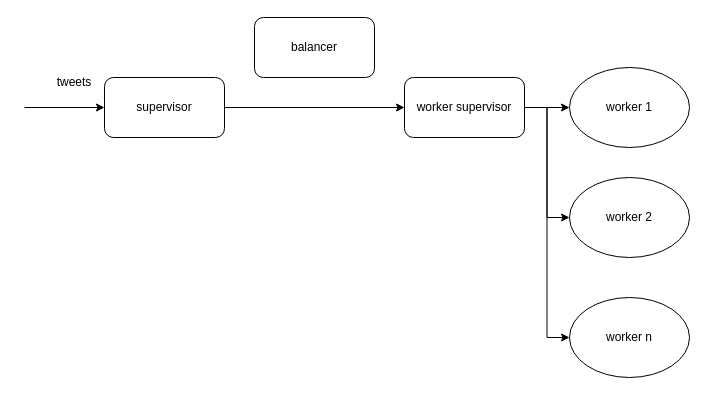
The draw.io diagram page "worker flow" (3 of 3) of Untitled Diagram.drawio in sandufurdui/Learn-Scala, before the edit. Source tidied: cells renumbered, new cells numbered last; positions are measured from the earlier drawing's top-left corner, leaving out a move shared by most shapes. Both pictures are drawn from the tidied source at 100%, with x=0, y=0 at pixel (24, 17).
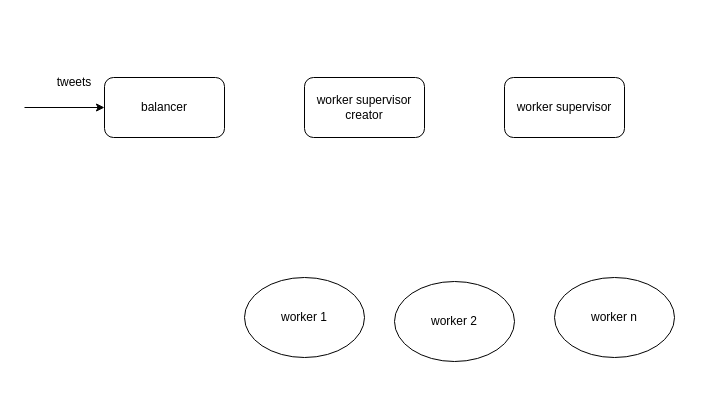
The same diagram, later.

What changed in the source:
```diff
@@
 <mxGraphModel>
   <root>
     <mxCell id="0" />
     <mxCell id="1" parent="0" />
-    <mxCell id="2" value="supervisor" style="rounded=1;whiteSpace=wrap;html=1;" parent="1" vertex="1">
-      <mxGeometry x="80" y="60" width="120" height="60" as="geometry" />
-    </mxCell>
-    <mxCell id="3" style="edgeStyle=orthogonalEdgeStyle;rounded=0;jettySize=auto;html=1;exitX=1;exitY=0.5;exitDx=0;exitDy=0;entryX=0;entryY=0.5;entryDx=0;entryDy=0;" parent="1" edge="1" source="2" target="12">
-      <mxGeometry relative="1" as="geometry" />
-    </mxCell>
-    <mxCell id="4" style="endArrow=classic;html=1;rounded=0;entryX=0;entryY=0.5;entryDx=0;entryDy=0;" parent="1" edge="1" target="2">
+    <mxCell id="4" style="endArrow=classic;html=1;rounded=0;entryX=0;entryY=0.5;entryDx=0;entryDy=0;" parent="1" edge="1">
       <mxGeometry relative="1" as="geometry">
         <mxPoint y="90" as="sourcePoint" />
+        <mxPoint x="80" y="90" as="targetPoint" />
       </mxGeometry>
     </mxCell>
     <mxCell id="5" value="tweets" style="text;html=1;strokeColor=none;fillColor=none;align=center;verticalAlign=middle;whiteSpace=wrap;rounded=0;" parent="1" vertex="1">
       <mxGeometry x="20" y="50" width="60" height="30" as="geometry" />
     </mxCell>
     <mxCell id="6" value="worker 1" style="ellipse;whiteSpace=wrap;html=1;" parent="1" vertex="1">
-      <mxGeometry x="545" y="50" width="120" height="80" as="geometry" />
+      <mxGeometry x="220" y="260" width="120" height="80" as="geometry" />
     </mxCell>
     <mxCell id="7" value="worker 2" style="ellipse;whiteSpace=wrap;html=1;" parent="1" vertex="1">
-      <mxGeometry x="545" y="160" width="120" height="80" as="geometry" />
+      <mxGeometry x="370" y="264" width="120" height="80" as="geometry" />
     </mxCell>
     <mxCell id="8" value="worker n" style="ellipse;whiteSpace=wrap;html=1;" parent="1" vertex="1">
-      <mxGeometry x="545" y="280" width="120" height="80" as="geometry" />
+      <mxGeometry x="530" y="260" width="120" height="80" as="geometry" />
     </mxCell>
-    <mxCell id="9" style="edgeStyle=orthogonalEdgeStyle;rounded=0;jettySize=auto;html=1;exitX=1;exitY=0.5;exitDx=0;exitDy=0;entryX=0;entryY=0.5;entryDx=0;entryDy=0;" parent="1" edge="1" source="12" target="6">
-      <mxGeometry relative="1" as="geometry" />
-    </mxCell>
-    <mxCell id="10" style="edgeStyle=orthogonalEdgeStyle;rounded=0;jettySize=auto;html=1;exitX=1;exitY=0.5;exitDx=0;exitDy=0;entryX=0;entryY=0.5;entryDx=0;entryDy=0;" parent="1" edge="1" source="12" target="7">
-      <mxGeometry relative="1" as="geometry" />
-    </mxCell>
-    <mxCell id="11" style="edgeStyle=orthogonalEdgeStyle;rounded=0;jettySize=auto;html=1;exitX=1;exitY=0.5;exitDx=0;exitDy=0;entryX=0;entryY=0.5;entryDx=0;entryDy=0;" parent="1" edge="1" source="12" target="8">
-      <mxGeometry relative="1" as="geometry" />
-    </mxCell>
+    <mxCell id="13" value="balancer" style="rounded=1;whiteSpace=wrap;html=1;" parent="1" vertex="1">
+      <mxGeometry x="80" y="60" width="120" height="60" as="geometry" />
+    </mxCell>
+    <mxCell id="14" value="worker supervisor creator" style="rounded=1;whiteSpace=wrap;html=1;" parent="1" vertex="1">
+      <mxGeometry x="280" y="60" width="120" height="60" as="geometry" />
+    </mxCell>
     <mxCell id="12" value="worker supervisor" style="rounded=1;whiteSpace=wrap;html=1;" parent="1" vertex="1">
-      <mxGeometry x="380" y="60" width="120" height="60" as="geometry" />
+      <mxGeometry x="480" y="60" width="120" height="60" as="geometry" />
     </mxCell>
-    <mxCell id="13" value="balancer" style="rounded=1;whiteSpace=wrap;html=1;" parent="1" vertex="1">
-      <mxGeometry x="230" width="120" height="60" as="geometry" />
-    </mxCell>
   </root>
 </mxGraphModel>
```
